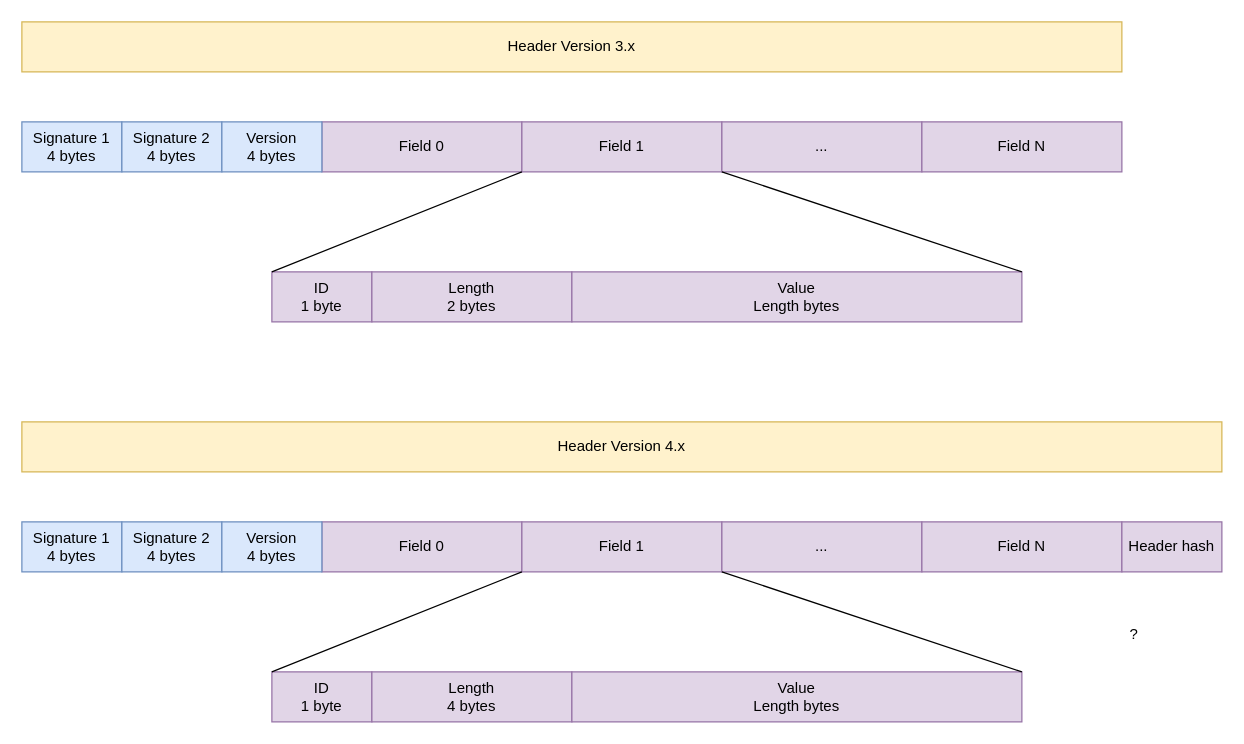
This is page "header 3" (2 of 4) of image/keepass.drawio from scubajorgen/KeepassDecrypt, a draw.io file, before an edit. Source tidied: cells renumbered, new cells numbered last; positions are measured from the earlier drawing's top-left corner, leaving out a move shared by most shapes. Both pictures are drawn from the tidied source at 125%, with x=0, y=0 at pixel (21, 21).
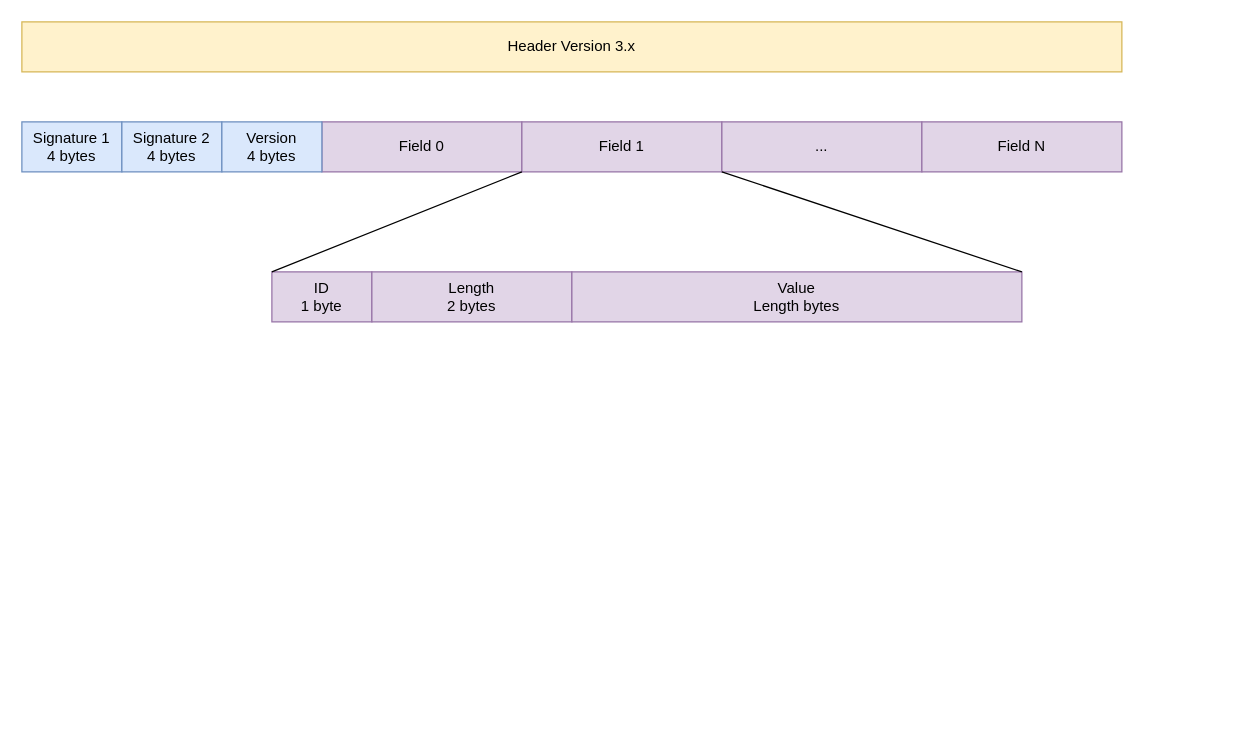
After the change.

The edit, as a diff of the source:
```diff
@@
-    <mxCell id="15" value="Header Version 4.x" style="rounded=0;whiteSpace=wrap;html=1;fillColor=#fff2cc;strokeColor=#d6b656;" parent="1" vertex="1">
-      <mxGeometry y="320" width="960" height="40" as="geometry" />
-    </mxCell>
-    <mxCell id="16" value="Signature 1&lt;br&gt;4 bytes" style="rounded=0;whiteSpace=wrap;html=1;fillColor=#dae8fc;strokeColor=#6c8ebf;" parent="1" vertex="1">
-      <mxGeometry y="400" width="80" height="40" as="geometry" />
-    </mxCell>
-    <mxCell id="17" value="Signature 2&lt;br&gt;4 bytes" style="rounded=0;whiteSpace=wrap;html=1;fillColor=#dae8fc;strokeColor=#6c8ebf;" parent="1" vertex="1">
-      <mxGeometry x="80" y="400" width="80" height="40" as="geometry" />
-    </mxCell>
-    <mxCell id="18" value="Field 0" style="rounded=0;whiteSpace=wrap;html=1;fillColor=#e1d5e7;strokeColor=#9673a6;" parent="1" vertex="1">
-      <mxGeometry x="240" y="400" width="160" height="40" as="geometry" />
-    </mxCell>
-    <mxCell id="19" value="Field 1" style="rounded=0;whiteSpace=wrap;html=1;fillColor=#e1d5e7;strokeColor=#9673a6;" parent="1" vertex="1">
-      <mxGeometry x="400" y="400" width="160" height="40" as="geometry" />
-    </mxCell>
-    <mxCell id="20" value="..." style="rounded=0;whiteSpace=wrap;html=1;fillColor=#e1d5e7;strokeColor=#9673a6;" parent="1" vertex="1">
-      <mxGeometry x="560" y="400" width="160" height="40" as="geometry" />
-    </mxCell>
-    <mxCell id="21" value="Field N" style="rounded=0;whiteSpace=wrap;html=1;fillColor=#e1d5e7;strokeColor=#9673a6;" parent="1" vertex="1">
-      <mxGeometry x="720" y="400" width="160" height="40" as="geometry" />
-    </mxCell>
-    <mxCell id="22" value="ID&lt;br&gt;1 byte" style="rounded=0;whiteSpace=wrap;html=1;fillColor=#e1d5e7;strokeColor=#9673a6;" parent="1" vertex="1">
-      <mxGeometry x="200" y="520" width="80" height="40" as="geometry" />
-    </mxCell>
-    <mxCell id="23" value="Length&lt;br&gt;4 bytes" style="rounded=0;whiteSpace=wrap;html=1;fillColor=#e1d5e7;strokeColor=#9673a6;" parent="1" vertex="1">
-      <mxGeometry x="280" y="520" width="160" height="40" as="geometry" />
-    </mxCell>
-    <mxCell id="24" value="Value&lt;br&gt;Length bytes" style="rounded=0;whiteSpace=wrap;html=1;fillColor=#e1d5e7;strokeColor=#9673a6;" parent="1" vertex="1">
-      <mxGeometry x="440" y="520" width="360" height="40" as="geometry" />
-    </mxCell>
-    <mxCell id="25" style="endArrow=none;html=1;rounded=0;entryX=0;entryY=1;entryDx=0;entryDy=0;exitX=0;exitY=0;exitDx=0;exitDy=0;" parent="1" edge="1" source="22" target="19">
-      <mxGeometry relative="1" as="geometry" />
-    </mxCell>
-    <mxCell id="26" style="endArrow=none;html=1;rounded=0;entryX=0;entryY=1;entryDx=0;entryDy=0;exitX=1;exitY=0;exitDx=0;exitDy=0;" parent="1" edge="1" source="24" target="20">
-      <mxGeometry relative="1" as="geometry" />
-    </mxCell>
-    <mxCell id="27" value="Version&lt;br&gt;4 bytes" style="rounded=0;whiteSpace=wrap;html=1;fillColor=#dae8fc;strokeColor=#6c8ebf;" parent="1" vertex="1">
-      <mxGeometry x="160" y="400" width="80" height="40" as="geometry" />
-    </mxCell>
-    <mxCell id="28" value="Header hash" style="rounded=0;whiteSpace=wrap;html=1;fillColor=#e1d5e7;strokeColor=#9673a6;" parent="1" vertex="1">
-      <mxGeometry x="880" y="400" width="80" height="40" as="geometry" />
-    </mxCell>
-    <mxCell id="29" value="?" style="text;html=1;strokeColor=none;fillColor=none;align=center;verticalAlign=middle;whiteSpace=wrap;rounded=0;" parent="1" vertex="1">
-      <mxGeometry x="860" y="475" width="60" height="30" as="geometry" />
-    </mxCell>
```
